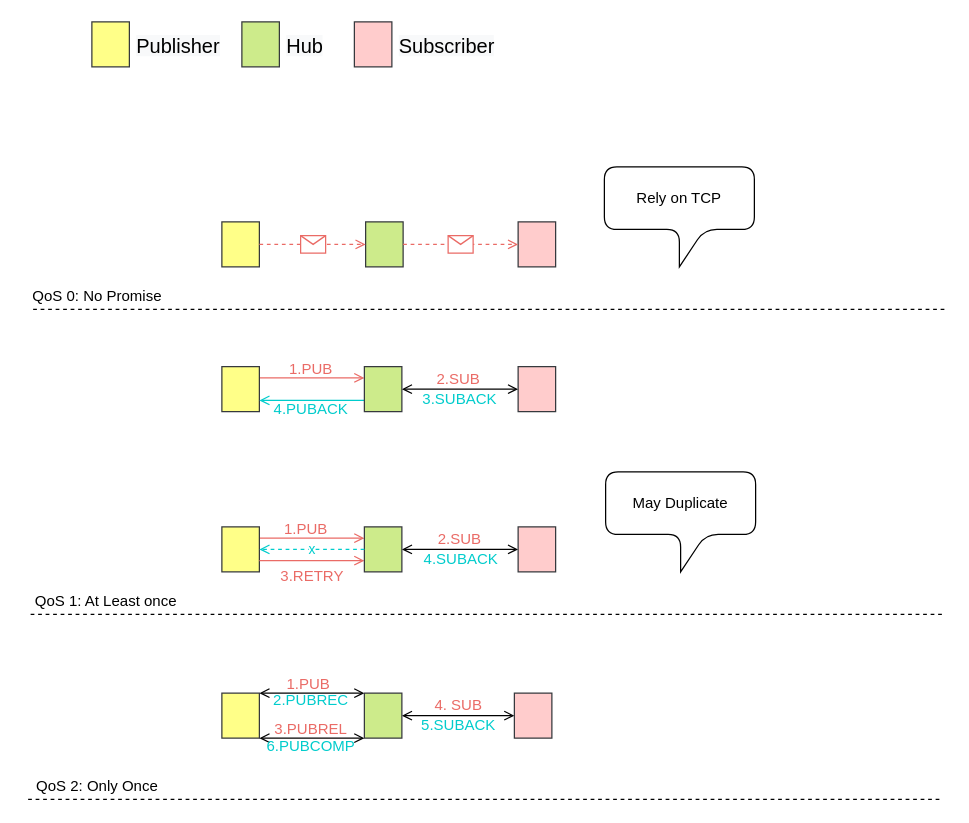
Before: 2020/QoS.drawio in abserari/draw.io, a draw.io diagram. Source tidied: cells renumbered, new cells numbered last; positions are measured from the earlier drawing's top-left corner, leaving out a move shared by most shapes. Both pictures are drawn from the tidied source at 125%, with x=0, y=0 at pixel (21, 21).
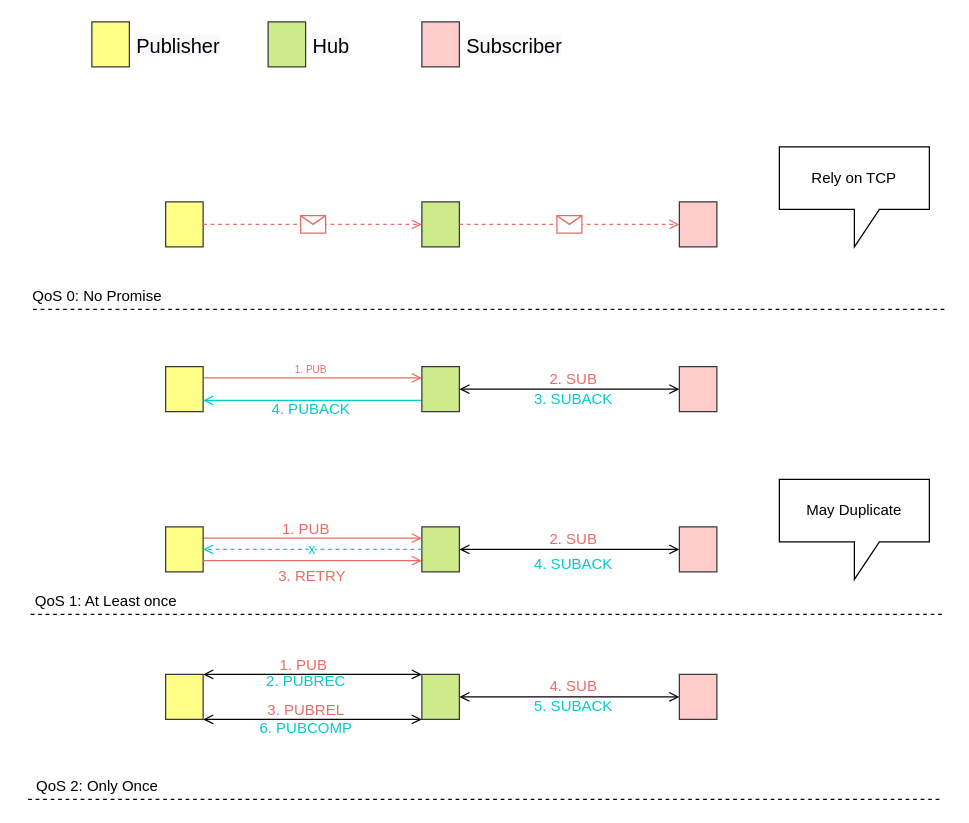
Above is the later version.

What changed in the source:
```diff
@@
-    <mxCell id="8" value="4.PUBACK" style="text;html=1;align=center;verticalAlign=middle;fontColor=#00CCCC;" parent="1" vertex="1">
-      <mxGeometry x="196" y="300" width="70" height="20" as="geometry" />
+    <mxCell id="8" value="4. PUBACK" style="text;html=1;align=center;verticalAlign=middle;fontColor=#00CCCC;" parent="1" vertex="1">
+      <mxGeometry x="191" y="300" width="80" height="20" as="geometry" />
     </mxCell>
-    <mxCell id="9" value="Rely on TCP" style="shape=callout;whiteSpace=wrap;html=1;perimeter=calloutPerimeter;rounded=1;shadow=0;sketch=0;" parent="1" vertex="1">
-      <mxGeometry x="466" y="116" width="120" height="80" as="geometry" />
+    <mxCell id="9" value="Rely on TCP" style="shape=callout;whiteSpace=wrap;html=1;perimeter=calloutPerimeter;rounded=0;shadow=0;sketch=0;" parent="1" vertex="1">
+      <mxGeometry x="606" y="100" width="120" height="80" as="geometry" />
     </mxCell>
@@
     <mxCell id="12" style="rounded=0;whiteSpace=wrap;html=1;sketch=0;fontSize=16;fillColor=#cdeb8b;strokeColor=#36393d;" parent="1" vertex="1">
-      <mxGeometry x="176" width="30" height="36" as="geometry" />
+      <mxGeometry x="197" width="30" height="36" as="geometry" />
     </mxCell>
     <mxCell id="13" value="&lt;span style=&quot;color: rgb(0 , 0 , 0) ; font-family: &amp;#34;helvetica&amp;#34; ; font-size: 16px ; font-style: normal ; font-weight: 400 ; letter-spacing: normal ; text-align: center ; text-indent: 0px ; text-transform: none ; word-spacing: 0px ; background-color: rgb(248 , 249 , 250) ; display: inline ; float: none&quot;&gt;Hub&lt;/span&gt;" style="text;whiteSpace=wrap;html=1;" parent="1" vertex="1">
-      <mxGeometry x="210" y="3" width="90" height="30" as="geometry" />
+      <mxGeometry x="231" y="3" width="90" height="30" as="geometry" />
     </mxCell>
     <mxCell id="14" style="rounded=0;whiteSpace=wrap;html=1;sketch=0;fontSize=16;fillColor=#ffcccc;strokeColor=#36393d;" parent="1" vertex="1">
-      <mxGeometry x="266" width="30" height="36" as="geometry" />
+      <mxGeometry x="320" width="30" height="36" as="geometry" />
     </mxCell>
     <mxCell id="15" value="&lt;span style=&quot;color: rgb(0 , 0 , 0) ; font-family: &amp;#34;helvetica&amp;#34; ; font-size: 16px ; font-style: normal ; font-weight: 400 ; letter-spacing: normal ; text-align: center ; text-indent: 0px ; text-transform: none ; word-spacing: 0px ; background-color: rgb(248 , 249 , 250) ; display: inline ; float: none&quot;&gt;Subscriber&lt;/span&gt;" style="text;whiteSpace=wrap;html=1;" parent="1" vertex="1">
-      <mxGeometry x="300" y="3" width="90" height="30" as="geometry" />
+      <mxGeometry x="354" y="3" width="90" height="30" as="geometry" />
     </mxCell>
     <mxCell id="16" style="rounded=0;whiteSpace=wrap;html=1;sketch=0;fontSize=16;fillColor=#ffff88;strokeColor=#36393d;" parent="1" vertex="1">
-      <mxGeometry x="160" y="160" width="30" height="36" as="geometry" />
+      <mxGeometry x="115" y="144" width="30" height="36" as="geometry" />
     </mxCell>
     <mxCell id="17" style="rounded=0;whiteSpace=wrap;html=1;sketch=0;fontSize=16;fillColor=#cdeb8b;strokeColor=#36393d;" parent="1" vertex="1">
-      <mxGeometry x="275" y="160" width="30" height="36" as="geometry" />
+      <mxGeometry x="320" y="144" width="30" height="36" as="geometry" />
     </mxCell>
     <mxCell id="18" style="rounded=0;whiteSpace=wrap;html=1;sketch=0;fontSize=16;fillColor=#ffcccc;strokeColor=#36393d;" parent="1" vertex="1">
-      <mxGeometry x="397" y="160" width="30" height="36" as="geometry" />
+      <mxGeometry x="526" y="144" width="30" height="36" as="geometry" />
     </mxCell>
-    <mxCell id="19" value="May Duplicate" style="shape=callout;whiteSpace=wrap;html=1;perimeter=calloutPerimeter;rounded=1;shadow=0;sketch=0;" parent="1" vertex="1">
-      <mxGeometry x="467" y="360" width="120" height="80" as="geometry" />
+    <mxCell id="19" value="May Duplicate" style="shape=callout;whiteSpace=wrap;html=1;perimeter=calloutPerimeter;rounded=0;shadow=0;sketch=0;" parent="1" vertex="1">
+      <mxGeometry x="606" y="366" width="120" height="80" as="geometry" />
     </mxCell>
@@
     <mxCell id="21" style="rounded=0;whiteSpace=wrap;html=1;sketch=0;fontSize=16;fillColor=#ffff88;strokeColor=#36393d;" parent="1" vertex="1">
-      <mxGeometry x="160" y="275.8" width="30" height="36" as="geometry" />
+      <mxGeometry x="115" y="275.8" width="30" height="36" as="geometry" />
     </mxCell>
@@
     <mxCell id="24" style="rounded=0;whiteSpace=wrap;html=1;sketch=0;fontSize=16;fillColor=#cdeb8b;strokeColor=#36393d;" parent="1" vertex="1">
-      <mxGeometry x="274" y="275.8" width="30" height="36" as="geometry" />
+      <mxGeometry x="320" y="275.8" width="30" height="36" as="geometry" />
     </mxCell>
     <mxCell id="25" style="rounded=0;whiteSpace=wrap;html=1;sketch=0;fontSize=16;fillColor=#ffcccc;strokeColor=#36393d;" parent="1" vertex="1">
-      <mxGeometry x="397" y="275.8" width="30" height="36" as="geometry" />
+      <mxGeometry x="526" y="275.8" width="30" height="36" as="geometry" />
     </mxCell>
@@
     <mxCell id="27" style="rounded=0;whiteSpace=wrap;html=1;sketch=0;fontSize=16;fillColor=#ffff88;strokeColor=#36393d;" parent="1" vertex="1">
-      <mxGeometry x="160" y="404" width="30" height="36" as="geometry" />
+      <mxGeometry x="115" y="404" width="30" height="36" as="geometry" />
     </mxCell>
@@
     <mxCell id="30" style="rounded=0;whiteSpace=wrap;html=1;sketch=0;fontSize=16;fillColor=#cdeb8b;strokeColor=#36393d;" parent="1" vertex="1">
-      <mxGeometry x="274" y="404" width="30" height="36" as="geometry" />
+      <mxGeometry x="320" y="404" width="30" height="36" as="geometry" />
     </mxCell>
     <mxCell id="31" style="rounded=0;whiteSpace=wrap;html=1;sketch=0;fontSize=16;fillColor=#ffcccc;strokeColor=#36393d;" parent="1" vertex="1">
-      <mxGeometry x="397" y="404" width="30" height="36" as="geometry" />
+      <mxGeometry x="526" y="404" width="30" height="36" as="geometry" />
     </mxCell>
@@
     <mxCell id="33" style="edgeStyle=orthogonalEdgeStyle;rounded=0;jettySize=auto;html=1;exitX=1;exitY=0;exitDx=0;exitDy=0;entryX=0;entryY=0;entryDx=0;entryDy=0;shadow=0;endArrow=open;endFill=0;gradientColor=none;startArrow=open;startFill=0;" parent="1" edge="1" source="34" target="36">
       <mxGeometry relative="1" as="geometry">
         <Array as="points">
-          <mxPoint x="236" y="537" />
-          <mxPoint x="236" y="537" />
+          <mxPoint x="232" y="522" />
+          <mxPoint x="232" y="522" />
         </Array>
       </mxGeometry>
     </mxCell>
     <mxCell id="34" style="rounded=0;whiteSpace=wrap;html=1;sketch=0;fontSize=16;fillColor=#ffff88;strokeColor=#36393d;" parent="1" vertex="1">
-      <mxGeometry x="160" y="537" width="30" height="36" as="geometry" />
+      <mxGeometry x="115" y="522" width="30" height="36" as="geometry" />
     </mxCell>
@@
     <mxCell id="36" style="rounded=0;whiteSpace=wrap;html=1;sketch=0;fontSize=16;fillColor=#cdeb8b;strokeColor=#36393d;" parent="1" vertex="1">
-      <mxGeometry x="274" y="537" width="30" height="36" as="geometry" />
+      <mxGeometry x="320" y="522" width="30" height="36" as="geometry" />
     </mxCell>
     <mxCell id="37" style="rounded=0;whiteSpace=wrap;html=1;sketch=0;fontSize=16;fillColor=#ffcccc;strokeColor=#36393d;" parent="1" vertex="1">
-      <mxGeometry x="394" y="537" width="30" height="36" as="geometry" />
+      <mxGeometry x="526" y="522" width="30" height="36" as="geometry" />
     </mxCell>
     <mxCell id="38" style="edgeStyle=orthogonalEdgeStyle;rounded=0;jettySize=auto;html=1;exitX=0;exitY=1;exitDx=0;exitDy=0;entryX=1;entryY=1;entryDx=0;entryDy=0;shadow=0;gradientColor=none;endArrow=open;endFill=0;startArrow=open;startFill=0;" parent="1" edge="1" source="36" target="34">
       <mxGeometry relative="1" as="geometry">
         <Array as="points">
-          <mxPoint x="226" y="573" />
-          <mxPoint x="226" y="573" />
+          <mxPoint x="222" y="558" />
+          <mxPoint x="222" y="558" />
         </Array>
       </mxGeometry>
     </mxCell>
-    <mxCell id="39" value="1.PUB" style="text;html=1;align=center;verticalAlign=middle;fontColor=#EA6B66;" parent="1" vertex="1">
-      <mxGeometry x="204" y="520" width="50" height="20" as="geometry" />
+    <mxCell id="39" value="1. PUB" style="text;html=1;align=center;verticalAlign=middle;fontColor=#EA6B66;" parent="1" vertex="1">
+      <mxGeometry x="200" y="505" width="50" height="20" as="geometry" />
     </mxCell>
-    <mxCell id="40" value="2.PUBREC" style="text;html=1;align=center;verticalAlign=middle;fontColor=#00CCCC;" parent="1" vertex="1">
-      <mxGeometry x="191" y="533" width="80" height="20" as="geometry" />
+    <mxCell id="40" value="2. PUBREC" style="text;html=1;align=center;verticalAlign=middle;fontColor=#00CCCC;" parent="1" vertex="1">
+      <mxGeometry x="187" y="518" width="80" height="20" as="geometry" />
     </mxCell>
-    <mxCell id="41" value="3.PUBREL" style="text;html=1;align=center;verticalAlign=middle;fontColor=#EA6B66;" parent="1" vertex="1">
-      <mxGeometry x="196" y="556" width="70" height="20" as="geometry" />
+    <mxCell id="41" value="3. PUBREL" style="text;html=1;align=center;verticalAlign=middle;fontColor=#EA6B66;" parent="1" vertex="1">
+      <mxGeometry x="187" y="541" width="80" height="20" as="geometry" />
     </mxCell>
-    <mxCell id="42" value="6.PUBCOMP" style="text;html=1;align=center;verticalAlign=middle;fontColor=#00CCCC;" parent="1" vertex="1">
-      <mxGeometry x="186" y="570" width="90" height="20" as="geometry" />
+    <mxCell id="42" value="6. PUBCOMP" style="text;html=1;align=center;verticalAlign=middle;fontColor=#00CCCC;" parent="1" vertex="1">
+      <mxGeometry x="182" y="555" width="90" height="20" as="geometry" />
     </mxCell>
-    <mxCell id="43" value="5.SUBACK" style="text;html=1;align=center;verticalAlign=middle;fontColor=#00CCCC;" parent="1" vertex="1">
-      <mxGeometry x="314" y="553" width="70" height="20" as="geometry" />
+    <mxCell id="43" value="5. SUBACK" style="text;html=1;align=center;verticalAlign=middle;fontColor=#00CCCC;" parent="1" vertex="1">
+      <mxGeometry x="400.5" y="538" width="80" height="20" as="geometry" />
     </mxCell>
     <mxCell id="44" value="4. SUB" style="text;html=1;align=center;verticalAlign=middle;fontColor=#EA6B66;" parent="1" vertex="1">
-      <mxGeometry x="324" y="537" width="50" height="20" as="geometry" />
+      <mxGeometry x="415.5" y="522" width="50" height="20" as="geometry" />
     </mxCell>
-    <mxCell id="45" value="2.SUB" style="text;html=1;align=center;verticalAlign=middle;fontColor=#EA6B66;" parent="1" vertex="1">
-      <mxGeometry x="324" y="275.8" width="50" height="20" as="geometry" />
+    <mxCell id="45" value="2. SUB" style="text;html=1;align=center;verticalAlign=middle;fontColor=#EA6B66;" parent="1" vertex="1">
+      <mxGeometry x="415.5" y="275.8" width="50" height="20" as="geometry" />
     </mxCell>
-    <mxCell id="46" value="3.SUBACK" style="text;html=1;align=center;verticalAlign=middle;fontColor=#00CCCC;" parent="1" vertex="1">
-      <mxGeometry x="314.5" y="291.8" width="70" height="20" as="geometry" />
+    <mxCell id="46" value="3. SUBACK" style="text;html=1;align=center;verticalAlign=middle;fontColor=#00CCCC;" parent="1" vertex="1">
+      <mxGeometry x="401" y="291.8" width="80" height="20" as="geometry" />
     </mxCell>
-    <mxCell id="47" value="2.SUB" style="text;html=1;align=center;verticalAlign=middle;fontColor=#EA6B66;" parent="1" vertex="1">
-      <mxGeometry x="325" y="404" width="50" height="20" as="geometry" />
+    <mxCell id="47" value="2. SUB" style="text;html=1;align=center;verticalAlign=middle;fontColor=#EA6B66;" parent="1" vertex="1">
+      <mxGeometry x="415.5" y="404" width="50" height="20" as="geometry" />
     </mxCell>
-    <mxCell id="48" value="4.SUBACK" style="text;html=1;align=center;verticalAlign=middle;fontColor=#00CCCC;" parent="1" vertex="1">
-      <mxGeometry x="315.5" y="420" width="70" height="20" as="geometry" />
+    <mxCell id="48" value="4. SUBACK" style="text;html=1;align=center;verticalAlign=middle;fontColor=#00CCCC;" parent="1" vertex="1">
+      <mxGeometry x="401" y="424" width="80" height="20" as="geometry" />
     </mxCell>
-    <mxCell id="49" value="1.PUB" style="text;html=1;align=center;verticalAlign=middle;fontColor=#EA6B66;" parent="1" vertex="1">
+    <mxCell id="49" value="1. PUB" style="text;html=1;align=center;verticalAlign=middle;fontColor=#EA6B66;fontSize=8;" parent="1" vertex="1">
       <mxGeometry x="206" y="268" width="50" height="20" as="geometry" />
     </mxCell>
-    <mxCell id="50" value="1.PUB" style="text;html=1;align=center;verticalAlign=middle;fontColor=#EA6B66;" parent="1" vertex="1">
+    <mxCell id="50" value="1. PUB" style="text;html=1;align=center;verticalAlign=middle;fontColor=#EA6B66;" parent="1" vertex="1">
       <mxGeometry x="202" y="396" width="50" height="20" as="geometry" />
     </mxCell>
-    <mxCell id="51" value="3.RETRY" style="text;html=1;align=center;verticalAlign=middle;fontColor=#EA6B66;" parent="1" vertex="1">
+    <mxCell id="51" value="3. RETRY" style="text;html=1;align=center;verticalAlign=middle;fontColor=#EA6B66;" parent="1" vertex="1">
       <mxGeometry x="197" y="434" width="70" height="20" as="geometry" />
     </mxCell>
```
